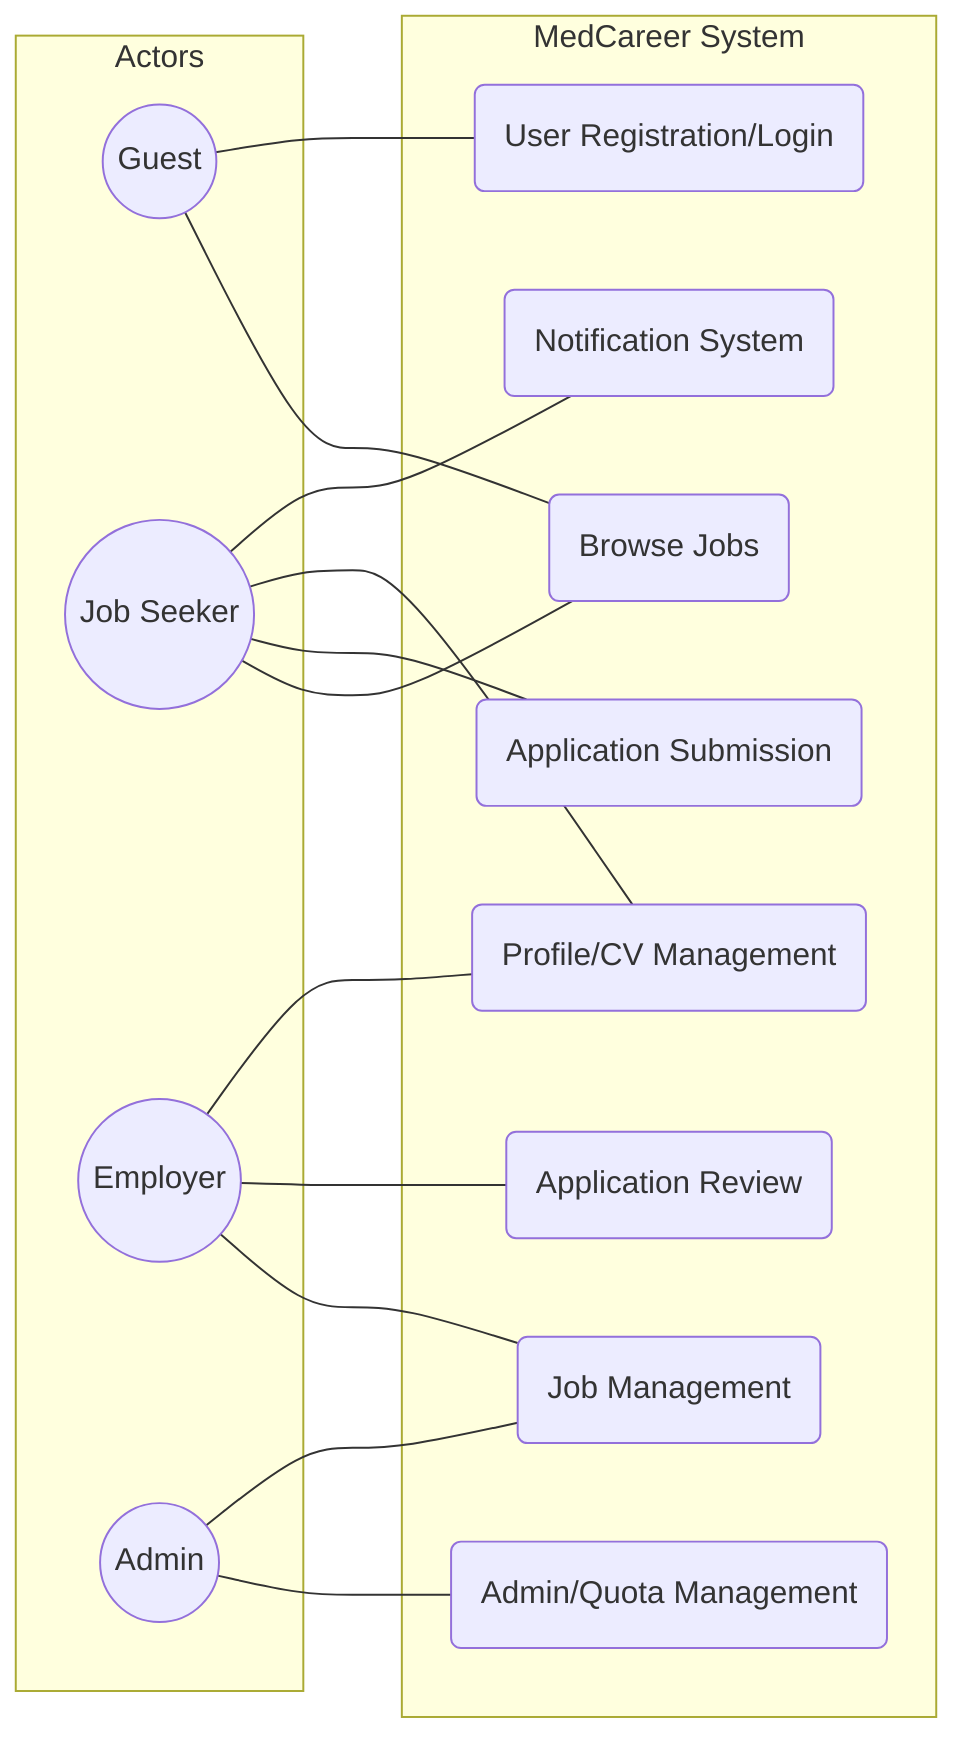
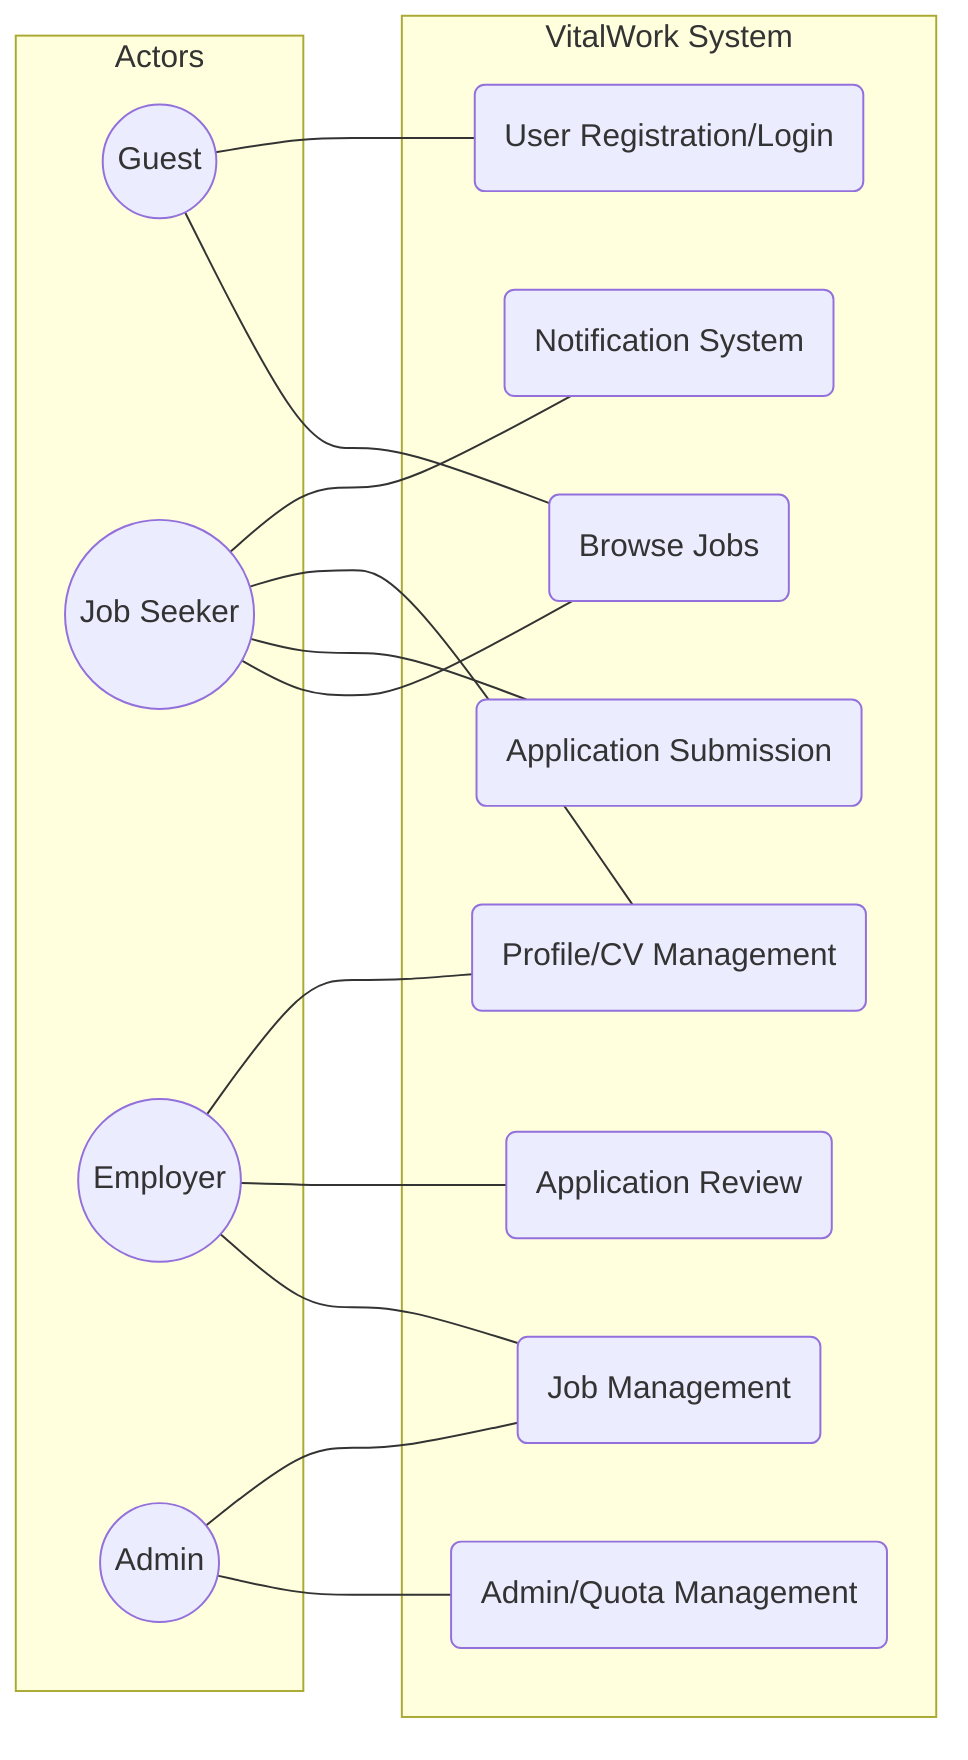
graph LR
    subgraph Actors
        GT((Guest))
        JS((Job Seeker))
        ER((Employer))
        AD((Admin))
    end

-     subgraph "MedCareer System"
+     subgraph "VitalWork System"
        UC1(Browse Jobs)
        UC2(User Registration/Login)
        UC3(Job Management)
        UC4(Application Submission)
        UC5(Profile/CV Management)
        UC6(Application Review)
        UC7(Admin/Quota Management)
        UC8(Notification System)
    end

    GT --- UC1
    GT --- UC2

    JS --- UC1
    JS --- UC4
    JS --- UC5
    JS --- UC8

    ER --- UC3
    ER --- UC6
    ER --- UC5

    AD --- UC7
    AD --- UC3
